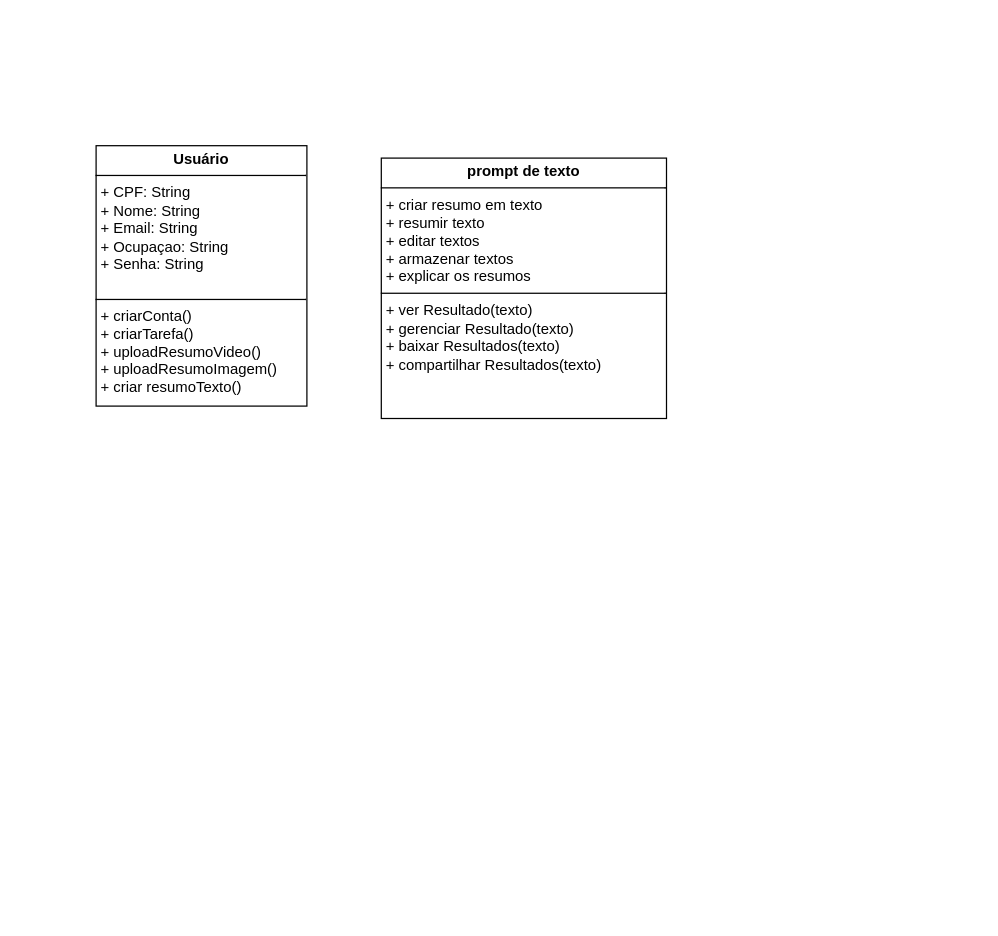
maqueto/fcwai keeps this draw.io diagram as page "Página-5" (5 of 6) of Diagrama sem nome.drawio. Above is the earlier version. Source tidied: cells renumbered, new cells numbered last; positions are measured from the earlier drawing's top-left corner, leaving out a move shared by most shapes. Both pictures are drawn from the tidied source at 124%, with x=0, y=0 at pixel (95, 145).
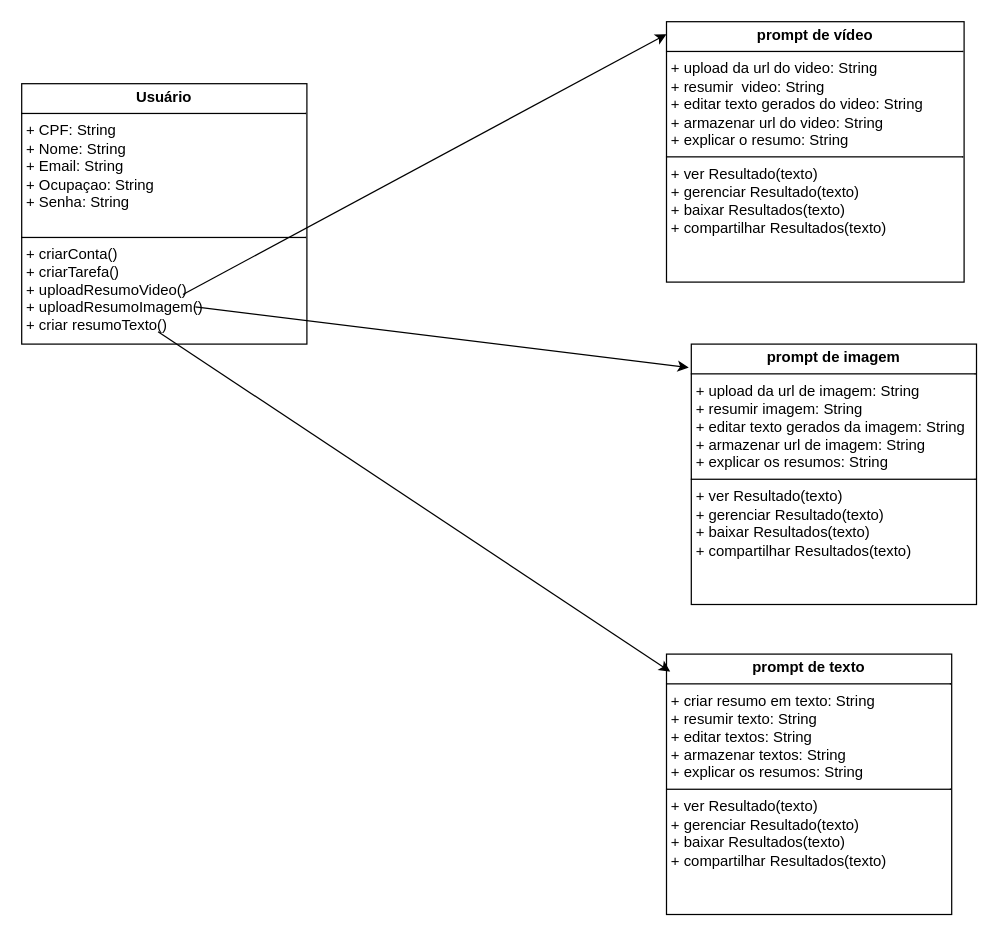
After the change.

The edit, as a diff of the source:
```diff
@@
 <mxGraphModel>
   <root>
     <mxCell id="0" />
     <mxCell id="1" parent="0" />
-    <mxCell id="2" value="&lt;p style=&quot;margin:0px;margin-top:4px;text-align:center;&quot;&gt;&lt;b&gt;prompt de texto&lt;/b&gt;&lt;/p&gt;&lt;hr size=&quot;1&quot; style=&quot;border-style:solid;&quot;&gt;&lt;p style=&quot;margin: 0px 0px 0px 4px;&quot;&gt;+ criar resumo em texto&lt;/p&gt;&lt;p style=&quot;margin: 0px 0px 0px 4px;&quot;&gt;+ resumir texto&lt;/p&gt;&lt;p style=&quot;margin: 0px 0px 0px 4px;&quot;&gt;+ editar textos&lt;/p&gt;&lt;p style=&quot;margin: 0px 0px 0px 4px;&quot;&gt;+ armazenar textos&lt;/p&gt;&lt;p style=&quot;margin: 0px 0px 0px 4px;&quot;&gt;+ explicar os resumos&lt;/p&gt;&lt;hr size=&quot;1&quot; style=&quot;border-style:solid;&quot;&gt;&lt;p style=&quot;margin: 0px 0px 0px 4px;&quot;&gt;+ ver Resultado(texto)&lt;br&gt;&lt;/p&gt;&lt;p style=&quot;margin: 0px 0px 0px 4px;&quot;&gt;+ gerenciar Resultado(texto)&lt;/p&gt;&lt;p style=&quot;margin: 0px 0px 0px 4px;&quot;&gt;+ baixar Resultados(texto)&lt;/p&gt;&lt;p style=&quot;margin: 0px 0px 0px 4px;&quot;&gt;+ compartilhar Resultados(texto)&lt;/p&gt;&lt;p style=&quot;margin: 0px 0px 0px 4px;&quot;&gt;&lt;br&gt;&lt;/p&gt;" style="verticalAlign=top;align=left;overflow=fill;html=1;whiteSpace=wrap;" parent="1" vertex="1">
-      <mxGeometry x="230" y="10" width="230" height="210" as="geometry" />
+    <mxCell id="2" value="&lt;p style=&quot;margin:0px;margin-top:4px;text-align:center;&quot;&gt;&lt;b&gt;prompt de texto&lt;/b&gt;&lt;/p&gt;&lt;hr size=&quot;1&quot; style=&quot;border-style:solid;&quot;&gt;&lt;p style=&quot;margin: 0px 0px 0px 4px;&quot;&gt;+ criar resumo em texto: String&lt;/p&gt;&lt;p style=&quot;margin: 0px 0px 0px 4px;&quot;&gt;+ resumir texto: String&lt;/p&gt;&lt;p style=&quot;margin: 0px 0px 0px 4px;&quot;&gt;+ editar textos: String&lt;/p&gt;&lt;p style=&quot;margin: 0px 0px 0px 4px;&quot;&gt;+ armazenar textos: String&lt;/p&gt;&lt;p style=&quot;margin: 0px 0px 0px 4px;&quot;&gt;+ explicar os resumos: String&lt;/p&gt;&lt;hr size=&quot;1&quot; style=&quot;border-style:solid;&quot;&gt;&lt;p style=&quot;margin: 0px 0px 0px 4px;&quot;&gt;+ ver Resultado(texto)&lt;br&gt;&lt;/p&gt;&lt;p style=&quot;margin: 0px 0px 0px 4px;&quot;&gt;+ gerenciar Resultado(texto)&lt;/p&gt;&lt;p style=&quot;margin: 0px 0px 0px 4px;&quot;&gt;+ baixar Resultados(texto)&lt;/p&gt;&lt;p style=&quot;margin: 0px 0px 0px 4px;&quot;&gt;+ compartilhar Resultados(texto)&lt;/p&gt;&lt;p style=&quot;margin: 0px 0px 0px 4px;&quot;&gt;&lt;br&gt;&lt;/p&gt;" style="verticalAlign=top;align=left;overflow=fill;html=1;whiteSpace=wrap;" parent="1" vertex="1">
+      <mxGeometry x="460" y="410" width="230" height="210" as="geometry" />
     </mxCell>
     <mxCell id="3" value="&lt;p style=&quot;margin:0px;margin-top:4px;text-align:center;&quot;&gt;&lt;b&gt;Usuário&lt;/b&gt;&lt;/p&gt;&lt;hr size=&quot;1&quot; style=&quot;border-style:solid;&quot;&gt;&lt;p style=&quot;margin:0px;margin-left:4px;&quot;&gt;+ CPF: String&lt;/p&gt;&lt;p style=&quot;margin:0px;margin-left:4px;&quot;&gt;+ Nome: String&lt;/p&gt;&lt;p style=&quot;margin:0px;margin-left:4px;&quot;&gt;+ Email: String&lt;/p&gt;&lt;p style=&quot;margin:0px;margin-left:4px;&quot;&gt;+ Ocupaçao: String&lt;/p&gt;&lt;p style=&quot;margin:0px;margin-left:4px;&quot;&gt;+ Senha: String&lt;/p&gt;&lt;p style=&quot;margin:0px;margin-left:4px;&quot;&gt;&lt;br&gt;&lt;/p&gt;&lt;hr size=&quot;1&quot; style=&quot;border-style:solid;&quot;&gt;&lt;p style=&quot;margin:0px;margin-left:4px;&quot;&gt;+ criarConta()&lt;/p&gt;&lt;p style=&quot;margin:0px;margin-left:4px;&quot;&gt;+ criarTarefa()&lt;/p&gt;&lt;p style=&quot;margin:0px;margin-left:4px;&quot;&gt;+ uploadResumoVideo()&lt;/p&gt;&lt;p style=&quot;margin:0px;margin-left:4px;&quot;&gt;+ uploadResumoImagem()&lt;/p&gt;&lt;p style=&quot;margin:0px;margin-left:4px;&quot;&gt;+ criar resumoTexto()&lt;/p&gt;" style="verticalAlign=top;align=left;overflow=fill;html=1;whiteSpace=wrap;" parent="1" vertex="1">
-      <mxGeometry width="170" height="210" as="geometry" />
+      <mxGeometry x="-60" y="-50" width="230" height="210" as="geometry" />
     </mxCell>
+    <mxCell id="4" value="&lt;p style=&quot;margin:0px;margin-top:4px;text-align:center;&quot;&gt;&lt;b&gt;prompt de imagem&lt;/b&gt;&lt;/p&gt;&lt;hr size=&quot;1&quot; style=&quot;border-style:solid;&quot;&gt;&lt;p style=&quot;margin: 0px 0px 0px 4px;&quot;&gt;+ upload da url de imagem: String&lt;/p&gt;&lt;p style=&quot;margin: 0px 0px 0px 4px;&quot;&gt;+ resumir imagem: String&lt;/p&gt;&lt;p style=&quot;margin: 0px 0px 0px 4px;&quot;&gt;+ editar texto gerados da imagem: String&lt;/p&gt;&lt;p style=&quot;margin: 0px 0px 0px 4px;&quot;&gt;+ armazenar url de imagem: String&lt;/p&gt;&lt;p style=&quot;margin: 0px 0px 0px 4px;&quot;&gt;+ explicar os resumos: String&lt;/p&gt;&lt;hr size=&quot;1&quot; style=&quot;border-style:solid;&quot;&gt;&lt;p style=&quot;margin: 0px 0px 0px 4px;&quot;&gt;+ ver Resultado(texto)&lt;br&gt;&lt;/p&gt;&lt;p style=&quot;margin: 0px 0px 0px 4px;&quot;&gt;+ gerenciar Resultado(texto)&lt;/p&gt;&lt;p style=&quot;margin: 0px 0px 0px 4px;&quot;&gt;+ baixar Resultados(texto)&lt;/p&gt;&lt;p style=&quot;margin: 0px 0px 0px 4px;&quot;&gt;+ compartilhar Resultados(texto)&lt;/p&gt;&lt;p style=&quot;margin: 0px 0px 0px 4px;&quot;&gt;&lt;br&gt;&lt;/p&gt;" style="verticalAlign=top;align=left;overflow=fill;html=1;whiteSpace=wrap;" parent="1" vertex="1">
+      <mxGeometry x="480" y="160" width="230" height="210" as="geometry" />
+    </mxCell>
+    <mxCell id="5" value="&lt;p style=&quot;margin:0px;margin-top:4px;text-align:center;&quot;&gt;&lt;b&gt;prompt de vídeo&lt;/b&gt;&lt;/p&gt;&lt;hr size=&quot;1&quot; style=&quot;border-style:solid;&quot;&gt;&lt;p style=&quot;margin: 0px 0px 0px 4px;&quot;&gt;+ upload da url do video: String&lt;/p&gt;&lt;p style=&quot;margin: 0px 0px 0px 4px;&quot;&gt;+ resumir&amp;nbsp; video: String&lt;/p&gt;&lt;p style=&quot;margin: 0px 0px 0px 4px;&quot;&gt;+ editar texto gerados do video: String&lt;/p&gt;&lt;p style=&quot;margin: 0px 0px 0px 4px;&quot;&gt;+ armazenar url do video: String&lt;/p&gt;&lt;p style=&quot;margin: 0px 0px 0px 4px;&quot;&gt;+ explicar o resumo: String&lt;/p&gt;&lt;hr size=&quot;1&quot; style=&quot;border-style:solid;&quot;&gt;&lt;p style=&quot;margin: 0px 0px 0px 4px;&quot;&gt;+ ver Resultado(texto)&lt;br&gt;&lt;/p&gt;&lt;p style=&quot;margin: 0px 0px 0px 4px;&quot;&gt;+ gerenciar Resultado(texto)&lt;/p&gt;&lt;p style=&quot;margin: 0px 0px 0px 4px;&quot;&gt;+ baixar Resultados(texto)&lt;/p&gt;&lt;p style=&quot;margin: 0px 0px 0px 4px;&quot;&gt;+ compartilhar Resultados(texto)&lt;/p&gt;&lt;p style=&quot;margin: 0px 0px 0px 4px;&quot;&gt;&lt;br&gt;&lt;/p&gt;" style="verticalAlign=top;align=left;overflow=fill;html=1;whiteSpace=wrap;" parent="1" vertex="1">
+      <mxGeometry x="460" y="-100" width="240" height="210" as="geometry" />
+    </mxCell>
+    <mxCell id="6" style="endArrow=classic;html=1;rounded=0;entryX=0;entryY=0.048;entryDx=0;entryDy=0;entryPerimeter=0;" parent="1" edge="1" target="5">
+      <mxGeometry relative="1" as="geometry">
+        <mxPoint x="70" y="120" as="sourcePoint" />
+      </mxGeometry>
+    </mxCell>
+    <mxCell id="7" style="endArrow=classic;html=1;rounded=0;entryX=-0.009;entryY=0.09;entryDx=0;entryDy=0;entryPerimeter=0;" parent="1" edge="1" target="4">
+      <mxGeometry relative="1" as="geometry">
+        <mxPoint x="80" y="130" as="sourcePoint" />
+      </mxGeometry>
+    </mxCell>
+    <mxCell id="8" style="endArrow=classic;html=1;rounded=0;entryX=0.013;entryY=0.067;entryDx=0;entryDy=0;entryPerimeter=0;" parent="1" edge="1" target="2">
+      <mxGeometry relative="1" as="geometry">
+        <mxPoint x="50" y="150" as="sourcePoint" />
+      </mxGeometry>
+    </mxCell>
   </root>
 </mxGraphModel>
```
